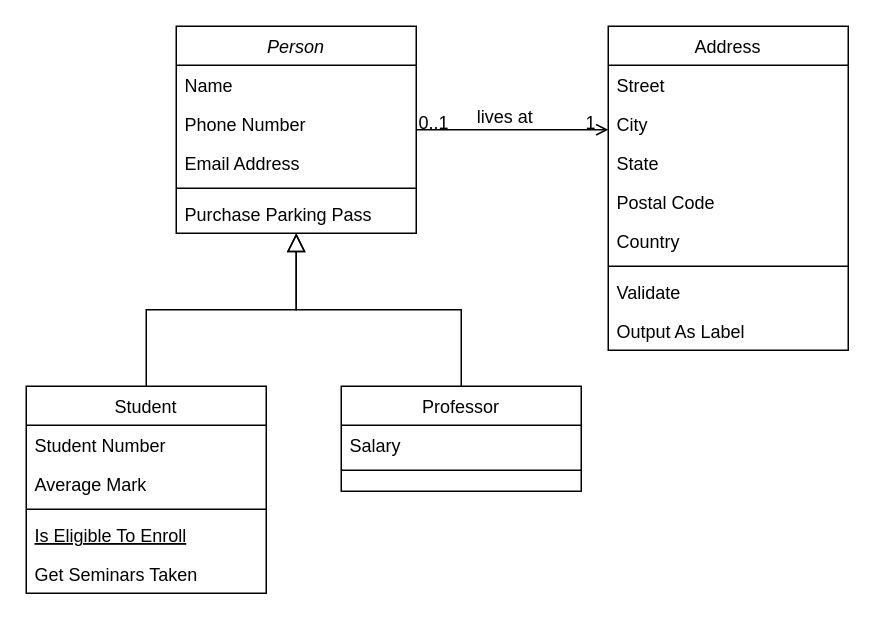
The draw.io diagram prix_goncourt/Diagramme sans nom.drawio in SHATAJV/prix_goncourt-, before the edit. Source tidied: cells renumbered, new cells numbered last; positions are measured from the earlier drawing's top-left corner, leaving out a move shared by most shapes. Both pictures are drawn from the tidied source at 150%, with x=0, y=0 at pixel (26, 26).
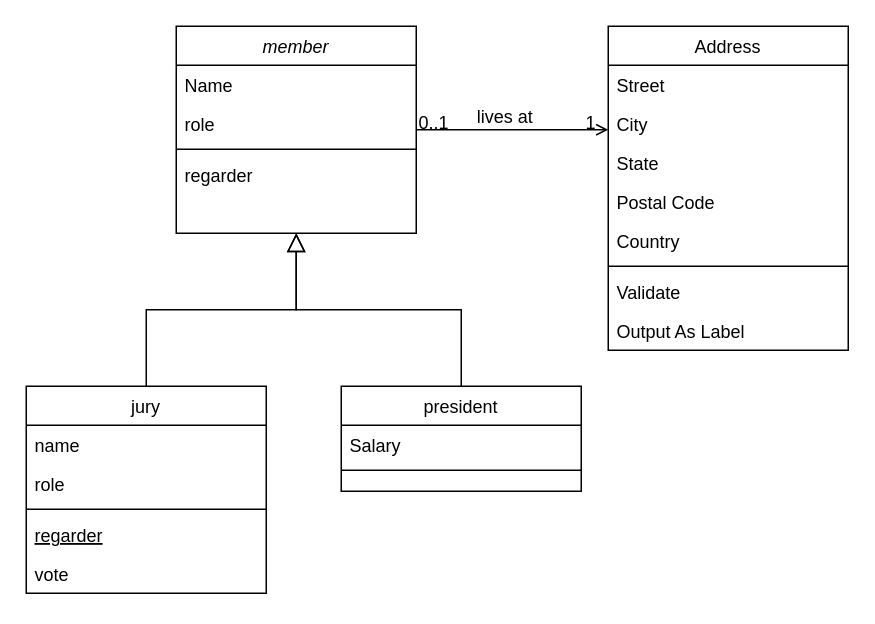
The same diagram, later.

Change to the diagram source:
```diff
@@
-    <mxCell id="2" value="Person" style="swimlane;fontStyle=2;align=center;verticalAlign=top;horizontal=1;startSize=26;rounded=0;shadow=0;strokeWidth=1;" parent="1" vertex="1">
+    <mxCell id="2" value="member" style="swimlane;fontStyle=2;align=center;verticalAlign=top;horizontal=1;startSize=26;rounded=0;shadow=0;strokeWidth=1;" parent="1" vertex="1">
       <mxGeometry x="100" width="160" height="138" as="geometry" />
     </mxCell>
@@
-    <mxCell id="4" value="Phone Number" style="text;align=left;verticalAlign=top;spacingLeft=4;spacingRight=4;overflow=hidden;rounded=0;shadow=0;html=0;" parent="2" vertex="1">
+    <mxCell id="4" value="role" style="text;align=left;verticalAlign=top;spacingLeft=4;spacingRight=4;overflow=hidden;rounded=0;shadow=0;html=0;" parent="2" vertex="1">
       <mxGeometry y="52" width="160" height="26" as="geometry" />
     </mxCell>
-    <mxCell id="5" value="Email Address" style="text;align=left;verticalAlign=top;spacingLeft=4;spacingRight=4;overflow=hidden;rounded=0;shadow=0;html=0;" parent="2" vertex="1">
-      <mxGeometry y="78" width="160" height="26" as="geometry" />
-    </mxCell>
     <mxCell id="6" style="line;html=1;strokeWidth=1;align=left;verticalAlign=middle;spacingTop=-1;spacingLeft=3;spacingRight=3;labelPosition=right;" parent="2" vertex="1">
-      <mxGeometry y="104" width="160" height="8" as="geometry" />
+      <mxGeometry y="78" width="160" height="8" as="geometry" />
     </mxCell>
-    <mxCell id="7" value="Purchase Parking Pass" style="text;align=left;verticalAlign=top;spacingLeft=4;spacingRight=4;overflow=hidden;" parent="2" vertex="1">
-      <mxGeometry y="112" width="160" height="26" as="geometry" />
+    <mxCell id="7" value="regarder" style="text;align=left;verticalAlign=top;spacingLeft=4;spacingRight=4;overflow=hidden;" parent="2" vertex="1">
+      <mxGeometry y="86" width="160" height="26" as="geometry" />
     </mxCell>
-    <mxCell id="8" value="Student" style="swimlane;fontStyle=0;align=center;verticalAlign=top;horizontal=1;startSize=26;rounded=0;shadow=0;strokeWidth=1;" parent="1" vertex="1">
+    <mxCell id="8" value="jury" style="swimlane;fontStyle=0;align=center;verticalAlign=top;horizontal=1;startSize=26;rounded=0;shadow=0;strokeWidth=1;" parent="1" vertex="1">
       <mxGeometry y="240" width="160" height="138" as="geometry" />
     </mxCell>
-    <mxCell id="9" value="Student Number" style="text;align=left;verticalAlign=top;spacingLeft=4;spacingRight=4;overflow=hidden;" parent="8" vertex="1">
+    <mxCell id="9" value="name" style="text;align=left;verticalAlign=top;spacingLeft=4;spacingRight=4;overflow=hidden;" parent="8" vertex="1">
       <mxGeometry y="26" width="160" height="26" as="geometry" />
     </mxCell>
-    <mxCell id="10" value="Average Mark" style="text;align=left;verticalAlign=top;spacingLeft=4;spacingRight=4;overflow=hidden;rounded=0;shadow=0;html=0;" parent="8" vertex="1">
+    <mxCell id="10" value="role" style="text;align=left;verticalAlign=top;spacingLeft=4;spacingRight=4;overflow=hidden;rounded=0;shadow=0;html=0;" parent="8" vertex="1">
       <mxGeometry y="52" width="160" height="26" as="geometry" />
     </mxCell>
@@
-    <mxCell id="12" value="Is Eligible To Enroll" style="text;align=left;verticalAlign=top;spacingLeft=4;spacingRight=4;overflow=hidden;fontStyle=4;" parent="8" vertex="1">
+    <mxCell id="12" value="regarder" style="text;align=left;verticalAlign=top;spacingLeft=4;spacingRight=4;overflow=hidden;fontStyle=4;" parent="8" vertex="1">
       <mxGeometry y="86" width="160" height="26" as="geometry" />
     </mxCell>
-    <mxCell id="13" value="Get Seminars Taken" style="text;align=left;verticalAlign=top;spacingLeft=4;spacingRight=4;overflow=hidden;" parent="8" vertex="1">
+    <mxCell id="13" value="vote" style="text;align=left;verticalAlign=top;spacingLeft=4;spacingRight=4;overflow=hidden;" parent="8" vertex="1">
       <mxGeometry y="112" width="160" height="26" as="geometry" />
     </mxCell>
@@
-    <mxCell id="15" value="Professor" style="swimlane;fontStyle=0;align=center;verticalAlign=top;horizontal=1;startSize=26;rounded=0;shadow=0;strokeWidth=1;" parent="1" vertex="1">
+    <mxCell id="15" value="president" style="swimlane;fontStyle=0;align=center;verticalAlign=top;horizontal=1;startSize=26;rounded=0;shadow=0;strokeWidth=1;" parent="1" vertex="1">
       <mxGeometry x="210" y="240" width="160" height="70" as="geometry" />
     </mxCell>
```
